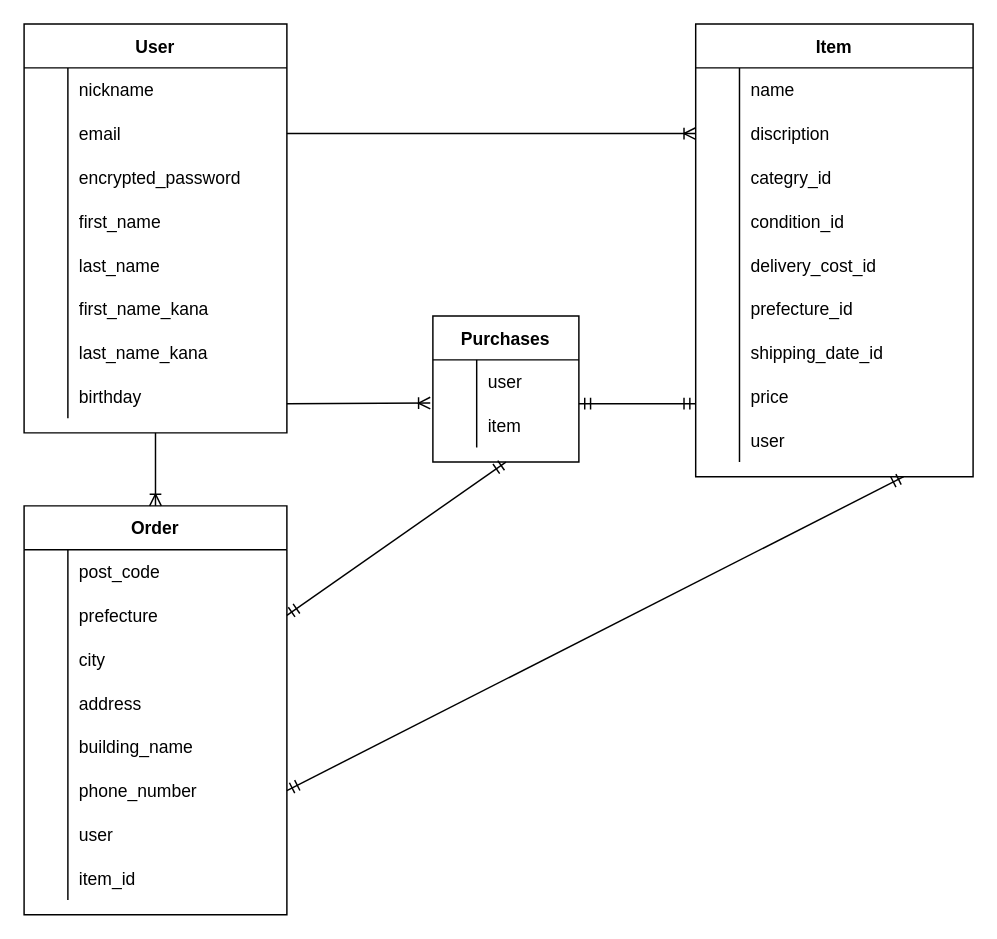
Before: furima.dio in 3tyuuyuu0117/furima-38463, a draw.io diagram. Source tidied: cells renumbered, new cells numbered last; positions are measured from the earlier drawing's top-left corner, leaving out a move shared by most shapes. Both pictures are drawn from the tidied source at 146%, with x=0, y=0 at pixel (23, 23).
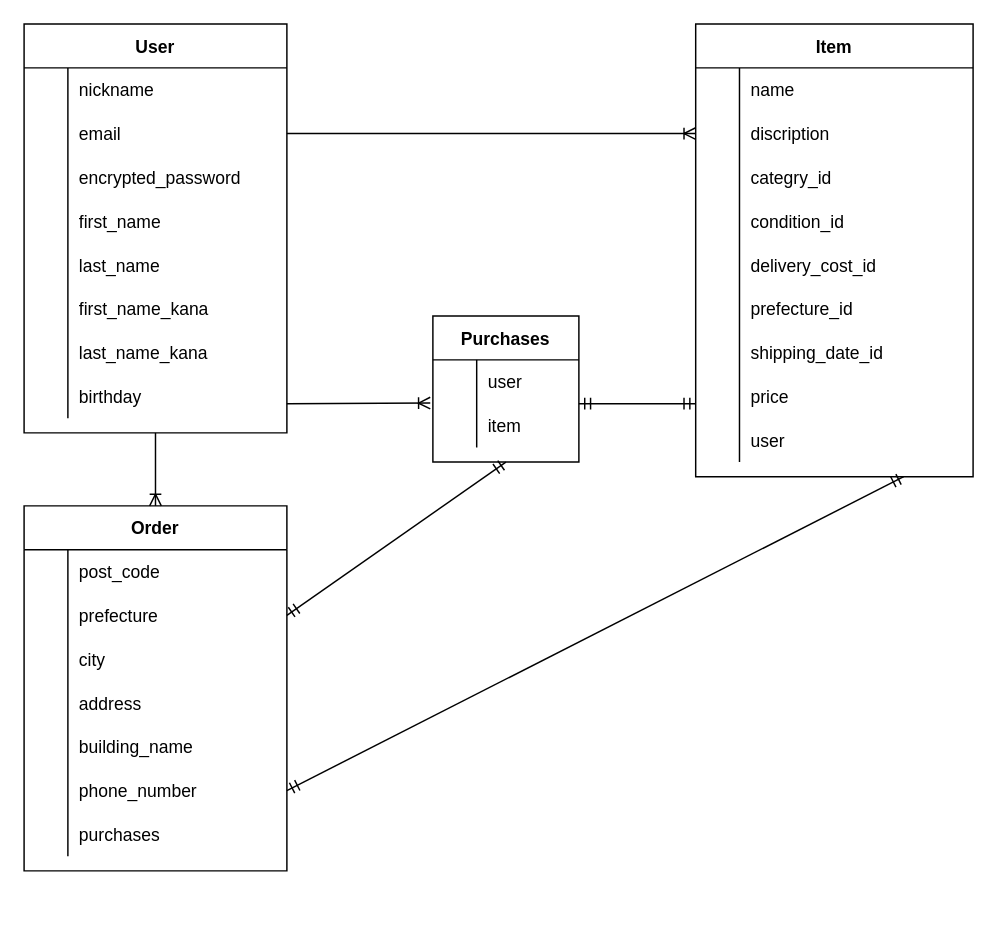
The same diagram, later.

The change refers to these unchanged cells:
```xml
<mxCell id="74" style="shape=partialRectangle;fillColor=none;top=0;left=0;bottom=0;right=0;" parent="55" vertex="1">
  <mxGeometry y="210" width="180" height="30" as="geometry" />
</mxCell>
```

What changed in the source:
```diff
@@
     <mxCell id="55" value="Order" style="shape=table;startSize=30;childLayout=tableLayout;rowLines=0;fontStyle=1;align=center;" parent="1" vertex="1">
-      <mxGeometry y="330" width="180" height="280" as="geometry" />
+      <mxGeometry y="330" width="180" height="250" as="geometry" />
     </mxCell>
@@
-    <mxCell id="76" value="user" style="shape=partialRectangle;fillColor=none;top=0;left=0;bottom=0;right=0;align=left;spacingLeft=6;overflow=hidden;" parent="74" vertex="1">
+    <mxCell id="76" value="purchases" style="shape=partialRectangle;fillColor=none;top=0;left=0;bottom=0;right=0;align=left;spacingLeft=6;overflow=hidden;" parent="74" vertex="1">
       <mxGeometry x="30" width="150" height="30" as="geometry" />
     </mxCell>
-    <mxCell id="77" style="shape=partialRectangle;fillColor=none;top=0;left=0;bottom=0;right=0;" parent="55" vertex="1">
-      <mxGeometry y="240" width="180" height="30" as="geometry" />
-    </mxCell>
-    <mxCell id="78" style="shape=partialRectangle;fillColor=none;top=0;left=0;bottom=0;right=0;overflow=hidden;" parent="77" vertex="1">
-      <mxGeometry width="30" height="30" as="geometry" />
-    </mxCell>
-    <mxCell id="79" value="item_id" style="shape=partialRectangle;fillColor=none;top=0;left=0;bottom=0;right=0;align=left;spacingLeft=6;overflow=hidden;" parent="77" vertex="1">
-      <mxGeometry x="30" width="150" height="30" as="geometry" />
-    </mxCell>
```
